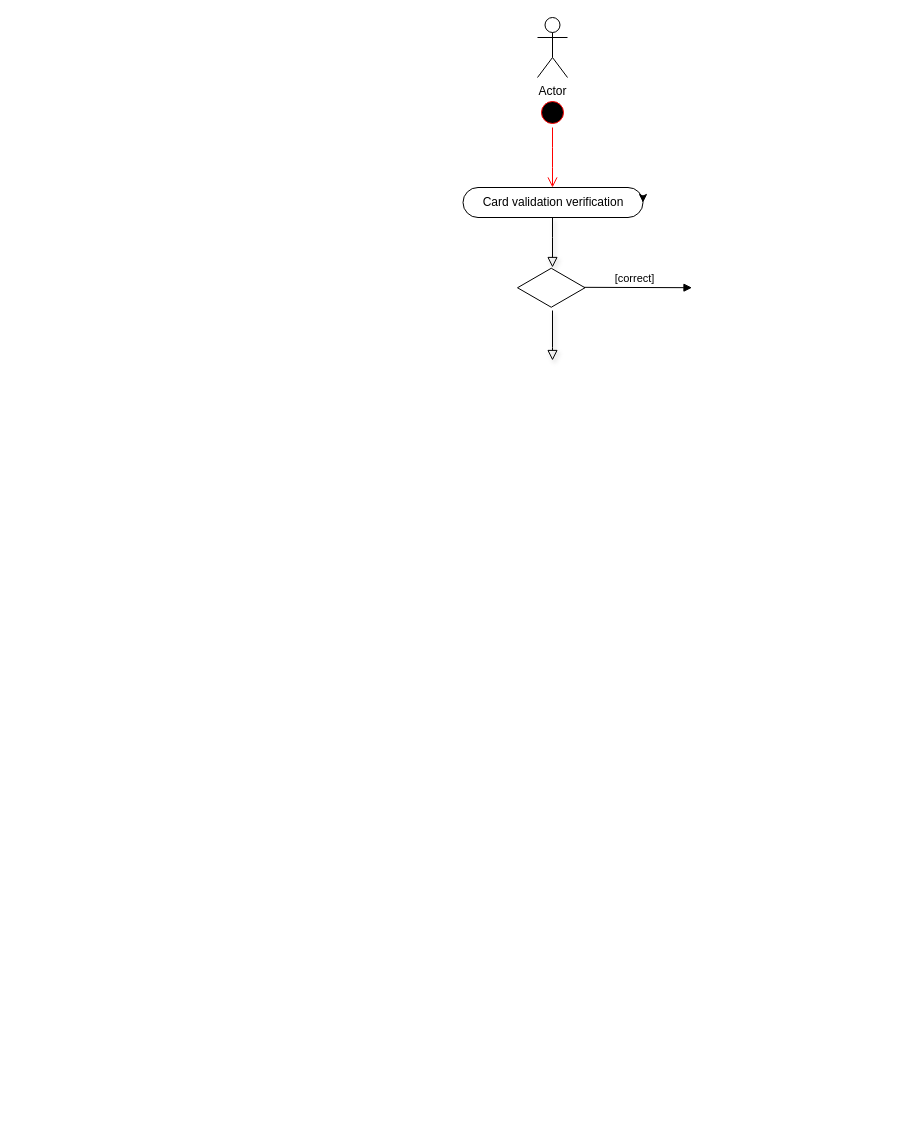
IuliiaCOLUSSI/ALL keeps this draw.io diagram as Untitled Diagram.drawio. Above is the earlier version. Source tidied: cells renumbered, new cells numbered last; positions are measured from the earlier drawing's top-left corner, leaving out a move shared by most shapes. Both pictures are drawn from the tidied source at 100%, with x=0, y=0 at pixel (463, 17).
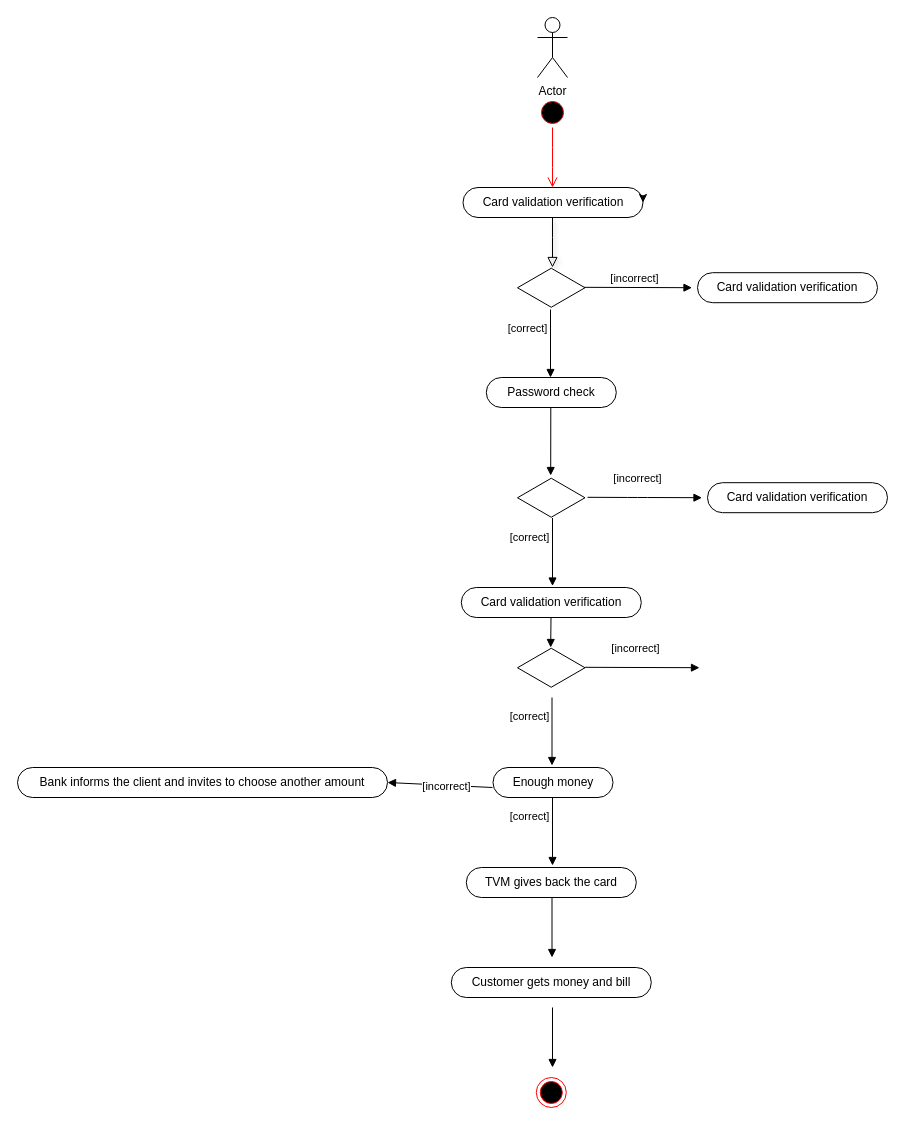
Above is the later version.

The change refers to these unchanged cells:
```xml
<mxCell id="10" style="html=1;whiteSpace=wrap;shape=isoRectangle;" parent="1" vertex="1">
  <mxGeometry x="54" y="250" width="67.5" height="40.5" as="geometry" />
</mxCell>
```

The edit, as a diff of the source:
```diff
@@
-    <mxCell id="8" style="rounded=0;html=1;jettySize=auto;orthogonalLoop=1;fontSize=11;endArrow=block;endFill=0;endSize=8;strokeWidth=1;shadow=1;labelBackgroundColor=none;edgeStyle=orthogonalEdgeStyle;" parent="1" edge="1">
-      <mxGeometry relative="1" as="geometry">
-        <mxPoint x="89" y="293" as="sourcePoint" />
-        <mxPoint x="89" y="343" as="targetPoint" />
-        <Array as="points">
-          <mxPoint x="89" y="330" />
-          <mxPoint x="89" y="330" />
-        </Array>
-      </mxGeometry>
-    </mxCell>
-    <mxCell id="9" value="&lt;span style=&quot;color: rgb(0, 0, 0); font-family: helvetica; font-size: 11px; font-style: normal; font-weight: 400; letter-spacing: normal; text-align: center; text-indent: 0px; text-transform: none; word-spacing: 0px; background-color: rgb(255, 255, 255); display: inline; float: none;&quot;&gt;[correct]&lt;/span&gt;" style="html=1;verticalAlign=bottom;endArrow=block;" parent="1" edge="1">
+    <mxCell id="9" value="&lt;span style=&quot;color: rgb(0 , 0 , 0) ; font-family: &amp;#34;helvetica&amp;#34; ; font-size: 11px ; font-style: normal ; font-weight: 400 ; letter-spacing: normal ; text-align: center ; text-indent: 0px ; text-transform: none ; word-spacing: 0px ; background-color: rgb(255 , 255 , 255) ; display: inline ; float: none&quot;&gt;[incorrect]&lt;/span&gt;" style="html=1;verticalAlign=bottom;endArrow=block;" parent="1" edge="1">
       <mxGeometry relative="1" as="geometry">
         <mxPoint x="114" y="269.8" as="sourcePoint" />
         <mxPoint x="228.5" y="270.2" as="targetPoint" />
       </mxGeometry>
     </mxCell>
@@
+    <mxCell id="11" value="&lt;span style=&quot;color: rgb(0, 0, 0); font-family: helvetica; font-size: 11px; font-style: normal; font-weight: 400; letter-spacing: normal; text-align: center; text-indent: 0px; text-transform: none; word-spacing: 0px; background-color: rgb(255, 255, 255); display: inline; float: none;&quot;&gt;[correct]&lt;/span&gt;" style="html=1;verticalAlign=bottom;endArrow=block;exitX=0.489;exitY=1.037;exitDx=0;exitDy=0;exitPerimeter=0;" parent="1" edge="1" source="10">
+      <mxGeometry x="-0.18" y="-23" relative="1" as="geometry">
+        <mxPoint x="87" y="360" as="targetPoint" />
+      </mxGeometry>
+    </mxCell>
+    <mxCell id="12" value="Password check" style="whiteSpace=wrap;html=1;rounded=1;arcSize=50;align=center;verticalAlign=middle;strokeWidth=1;spacing=4;newEdgeStyle={&quot;edgeStyle&quot;:&quot;entityRelationEdgeStyle&quot;,&quot;startArrow&quot;:&quot;none&quot;,&quot;endArrow&quot;:&quot;none&quot;,&quot;segment&quot;:10,&quot;curved&quot;:1};" parent="1" vertex="1">
+      <mxGeometry x="22.8" y="360" width="130" height="30" as="geometry" />
+    </mxCell>
+    <mxCell id="13" style="html=1;verticalAlign=bottom;endArrow=block;exitX=0.489;exitY=1.037;exitDx=0;exitDy=0;exitPerimeter=0;" parent="1" edge="1">
+      <mxGeometry x="-0.18" y="-23" relative="1" as="geometry">
+        <mxPoint x="87.3" y="390" as="sourcePoint" />
+        <mxPoint x="87.2" y="458" as="targetPoint" />
+      </mxGeometry>
+    </mxCell>
+    <mxCell id="14" value="&lt;span style=&quot;color: rgb(0 , 0 , 0) ; font-family: &amp;#34;helvetica&amp;#34; ; font-size: 11px ; font-style: normal ; font-weight: 400 ; letter-spacing: normal ; text-align: center ; text-indent: 0px ; text-transform: none ; word-spacing: 0px ; background-color: rgb(255 , 255 , 255) ; display: inline ; float: none&quot;&gt;[incorrect]&lt;/span&gt;" style="html=1;verticalAlign=bottom;endArrow=block;" parent="1" edge="1">
+      <mxGeometry x="-0.13" y="10" relative="1" as="geometry">
+        <mxPoint x="124" y="479.8" as="sourcePoint" />
+        <mxPoint x="238.5" y="480.2" as="targetPoint" />
+        <Array as="points">
+          <mxPoint x="174" y="480" />
+        </Array>
+      </mxGeometry>
+    </mxCell>
+    <mxCell id="15" style="html=1;whiteSpace=wrap;shape=isoRectangle;" parent="1" vertex="1">
+      <mxGeometry x="54" y="460" width="67.5" height="40.5" as="geometry" />
+    </mxCell>
+    <mxCell id="16" value="&lt;span style=&quot;color: rgb(0, 0, 0); font-family: helvetica; font-size: 11px; font-style: normal; font-weight: 400; letter-spacing: normal; text-align: center; text-indent: 0px; text-transform: none; word-spacing: 0px; background-color: rgb(255, 255, 255); display: inline; float: none;&quot;&gt;[correct]&lt;/span&gt;" style="html=1;verticalAlign=bottom;endArrow=block;exitX=0.489;exitY=1.037;exitDx=0;exitDy=0;exitPerimeter=0;" parent="1" edge="1">
+      <mxGeometry x="-0.18" y="-23" relative="1" as="geometry">
+        <mxPoint x="89" y="500.5" as="sourcePoint" />
+        <mxPoint x="89" y="568.5" as="targetPoint" />
+      </mxGeometry>
+    </mxCell>
+    <mxCell id="17" value="Card validation verification" style="whiteSpace=wrap;html=1;rounded=1;arcSize=50;align=center;verticalAlign=middle;strokeWidth=1;spacing=4;newEdgeStyle={&quot;edgeStyle&quot;:&quot;entityRelationEdgeStyle&quot;,&quot;startArrow&quot;:&quot;none&quot;,&quot;endArrow&quot;:&quot;none&quot;,&quot;segment&quot;:10,&quot;curved&quot;:1};" parent="1" vertex="1">
+      <mxGeometry x="234" y="255.2" width="180" height="30" as="geometry" />
+    </mxCell>
+    <mxCell id="18" value="Card validation verification" style="whiteSpace=wrap;html=1;rounded=1;arcSize=50;align=center;verticalAlign=middle;strokeWidth=1;spacing=4;newEdgeStyle={&quot;edgeStyle&quot;:&quot;entityRelationEdgeStyle&quot;,&quot;startArrow&quot;:&quot;none&quot;,&quot;endArrow&quot;:&quot;none&quot;,&quot;segment&quot;:10,&quot;curved&quot;:1};" parent="1" vertex="1">
+      <mxGeometry x="244" y="465.2" width="180" height="30" as="geometry" />
+    </mxCell>
+    <mxCell id="19" value="Card validation verification" style="whiteSpace=wrap;html=1;rounded=1;arcSize=50;align=center;verticalAlign=middle;strokeWidth=1;spacing=4;newEdgeStyle={&quot;edgeStyle&quot;:&quot;entityRelationEdgeStyle&quot;,&quot;startArrow&quot;:&quot;none&quot;,&quot;endArrow&quot;:&quot;none&quot;,&quot;segment&quot;:10,&quot;curved&quot;:1};" parent="1" vertex="1">
+      <mxGeometry x="-2.2" y="570" width="180" height="30" as="geometry" />
+    </mxCell>
+    <mxCell id="20" value="&lt;span style=&quot;color: rgb(0 , 0 , 0) ; font-family: &amp;#34;helvetica&amp;#34; ; font-size: 11px ; font-style: normal ; font-weight: 400 ; letter-spacing: normal ; text-align: center ; text-indent: 0px ; text-transform: none ; word-spacing: 0px ; background-color: rgb(255 , 255 , 255) ; display: inline ; float: none&quot;&gt;[incorrect]&lt;/span&gt;" style="html=1;verticalAlign=bottom;endArrow=block;" parent="1" edge="1">
+      <mxGeometry x="-0.13" y="10" relative="1" as="geometry">
+        <mxPoint x="121.5" y="649.8" as="sourcePoint" />
+        <mxPoint x="236" y="650.2" as="targetPoint" />
+        <Array as="points">
+          <mxPoint x="171.5" y="650" />
+        </Array>
+      </mxGeometry>
+    </mxCell>
+    <mxCell id="21" style="html=1;whiteSpace=wrap;shape=isoRectangle;" parent="1" vertex="1">
+      <mxGeometry x="54" y="630" width="67.5" height="40.5" as="geometry" />
+    </mxCell>
+    <mxCell id="22" value="&lt;span style=&quot;color: rgb(0, 0, 0); font-family: helvetica; font-size: 11px; font-style: normal; font-weight: 400; letter-spacing: normal; text-align: center; text-indent: 0px; text-transform: none; word-spacing: 0px; background-color: rgb(255, 255, 255); display: inline; float: none;&quot;&gt;[correct]&lt;/span&gt;" style="html=1;verticalAlign=bottom;endArrow=block;exitX=0.489;exitY=1.037;exitDx=0;exitDy=0;exitPerimeter=0;" parent="1" edge="1">
+      <mxGeometry x="-0.18" y="-23" relative="1" as="geometry">
+        <mxPoint x="88.5" y="680" as="sourcePoint" />
+        <mxPoint x="88.5" y="748" as="targetPoint" />
+      </mxGeometry>
+    </mxCell>
+    <mxCell id="23" style="html=1;verticalAlign=bottom;endArrow=block;exitX=0.489;exitY=1.037;exitDx=0;exitDy=0;exitPerimeter=0;" parent="1" edge="1">
+      <mxGeometry x="-0.18" y="-23" relative="1" as="geometry">
+        <mxPoint x="87.5" y="600" as="sourcePoint" />
+        <mxPoint x="87.2" y="630" as="targetPoint" />
+      </mxGeometry>
+    </mxCell>
+    <mxCell id="24" value="Enough money" style="whiteSpace=wrap;html=1;rounded=1;arcSize=50;align=center;verticalAlign=middle;strokeWidth=1;spacing=4;newEdgeStyle={&quot;edgeStyle&quot;:&quot;entityRelationEdgeStyle&quot;,&quot;startArrow&quot;:&quot;none&quot;,&quot;endArrow&quot;:&quot;none&quot;,&quot;segment&quot;:10,&quot;curved&quot;:1};" parent="1" vertex="1">
+      <mxGeometry x="29.5" y="750" width="120" height="30" as="geometry" />
+    </mxCell>
+    <mxCell id="25" value="&lt;span style=&quot;color: rgb(0 , 0 , 0) ; font-family: &amp;#34;helvetica&amp;#34; ; font-size: 11px ; font-style: normal ; font-weight: 400 ; letter-spacing: normal ; text-align: center ; text-indent: 0px ; text-transform: none ; word-spacing: 0px ; background-color: rgb(255 , 255 , 255) ; display: inline ; float: none&quot;&gt;[incorrect]&lt;/span&gt;" style="html=1;verticalAlign=bottom;endArrow=block;entryX=1;entryY=0.5;entryDx=0;entryDy=0;" parent="1" edge="1" target="30">
+      <mxGeometry x="-0.13" y="10" relative="1" as="geometry">
+        <mxPoint x="29" y="770" as="sourcePoint" />
+      </mxGeometry>
+    </mxCell>
+    <mxCell id="26" value="&lt;span style=&quot;color: rgb(0, 0, 0); font-family: helvetica; font-size: 11px; font-style: normal; font-weight: 400; letter-spacing: normal; text-align: center; text-indent: 0px; text-transform: none; word-spacing: 0px; background-color: rgb(255, 255, 255); display: inline; float: none;&quot;&gt;[correct]&lt;/span&gt;" style="html=1;verticalAlign=bottom;endArrow=block;exitX=0.489;exitY=1.037;exitDx=0;exitDy=0;exitPerimeter=0;" parent="1" edge="1">
+      <mxGeometry x="-0.18" y="-23" relative="1" as="geometry">
+        <mxPoint x="89" y="780" as="sourcePoint" />
+        <mxPoint x="89" y="848" as="targetPoint" />
+      </mxGeometry>
+    </mxCell>
+    <mxCell id="27" value="TVM gives back the card" style="whiteSpace=wrap;html=1;rounded=1;arcSize=50;align=center;verticalAlign=middle;strokeWidth=1;spacing=4;newEdgeStyle={&quot;edgeStyle&quot;:&quot;entityRelationEdgeStyle&quot;,&quot;startArrow&quot;:&quot;none&quot;,&quot;endArrow&quot;:&quot;none&quot;,&quot;segment&quot;:10,&quot;curved&quot;:1};" parent="1" vertex="1">
+      <mxGeometry x="2.8" y="850" width="170" height="30" as="geometry" />
+    </mxCell>
+    <mxCell id="28" style="html=1;verticalAlign=bottom;endArrow=block;" parent="1" edge="1">
+      <mxGeometry x="-0.18" y="-23" relative="1" as="geometry">
+        <mxPoint x="89" y="990" as="sourcePoint" />
+        <mxPoint x="89" y="1050" as="targetPoint" />
+      </mxGeometry>
+    </mxCell>
+    <mxCell id="29" style="ellipse;html=1;shape=endState;fillColor=#000000;strokeColor=#ff0000;" parent="1" vertex="1">
+      <mxGeometry x="72.8" y="1060" width="30" height="30" as="geometry" />
+    </mxCell>
+    <mxCell id="30" value="Bank informs the client and invites to choose another amount" style="whiteSpace=wrap;html=1;rounded=1;arcSize=50;align=center;verticalAlign=middle;strokeWidth=1;spacing=4;newEdgeStyle={&quot;edgeStyle&quot;:&quot;entityRelationEdgeStyle&quot;,&quot;startArrow&quot;:&quot;none&quot;,&quot;endArrow&quot;:&quot;none&quot;,&quot;segment&quot;:10,&quot;curved&quot;:1};" parent="1" vertex="1">
+      <mxGeometry x="-446" y="750" width="370" height="30" as="geometry" />
+    </mxCell>
+    <mxCell id="31" value="Customer gets money and bill" style="whiteSpace=wrap;html=1;rounded=1;arcSize=50;align=center;verticalAlign=middle;strokeWidth=1;spacing=4;newEdgeStyle={&quot;edgeStyle&quot;:&quot;entityRelationEdgeStyle&quot;,&quot;startArrow&quot;:&quot;none&quot;,&quot;endArrow&quot;:&quot;none&quot;,&quot;segment&quot;:10,&quot;curved&quot;:1};" parent="1" vertex="1">
+      <mxGeometry x="-12.2" y="950" width="200" height="30" as="geometry" />
+    </mxCell>
+    <mxCell id="32" style="html=1;verticalAlign=bottom;endArrow=block;" parent="1" edge="1">
+      <mxGeometry x="-0.18" y="-23" relative="1" as="geometry">
+        <mxPoint x="88.5" y="880" as="sourcePoint" />
+        <mxPoint x="88.5" y="940" as="targetPoint" />
+      </mxGeometry>
+    </mxCell>
```
